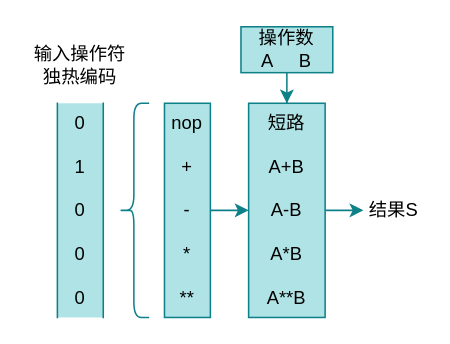
This is page "运算符解码" (4 of 7) of 未命名绘图.drawio from zzc-1024/alu.draw.io, a draw.io file, before an edit. Source tidied: cells renumbered, new cells numbered last; positions are measured from the earlier drawing's top-left corner, leaving out a move shared by most shapes. Both pictures are drawn from the tidied source at 153%, with x=0, y=0 at pixel (26, 26).
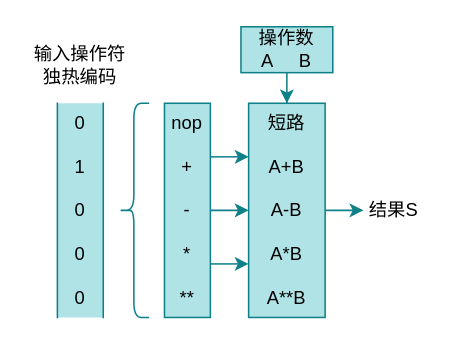
After the change.

Commit message:
更新未命名绘图.drawio

Diff of the diagram source:
```diff
@@
 <mxGraphModel>
   <root>
     <mxCell id="0" />
     <mxCell id="1" parent="0" />
     <mxCell id="2" style="shape=curlyBracket;whiteSpace=wrap;html=1;rounded=1;labelPosition=left;verticalLabelPosition=middle;align=right;verticalAlign=middle;fillColor=#b0e3e6;strokeColor=#0e8088;" parent="1" vertex="1">
       <mxGeometry x="60" y="50" width="20" height="140" as="geometry" />
     </mxCell>
     <mxCell id="3" value="0&lt;div&gt;&lt;br&gt;&lt;div&gt;1&lt;/div&gt;&lt;div&gt;&lt;br&gt;&lt;/div&gt;&lt;div&gt;0&lt;/div&gt;&lt;div&gt;&lt;br&gt;&lt;/div&gt;&lt;div&gt;0&lt;/div&gt;&lt;div&gt;&lt;br&gt;&lt;/div&gt;&lt;div&gt;0&lt;/div&gt;&lt;/div&gt;" style="shape=partialRectangle;whiteSpace=wrap;html=1;bottom=0;top=0;fillColor=#b0e3e6;strokeColor=#0e8088;" parent="1" vertex="1">
       <mxGeometry x="20" y="50" width="30" height="140" as="geometry" />
     </mxCell>
     <mxCell id="4" style="edgeStyle=orthogonalEdgeStyle;rounded=0;jettySize=auto;html=1;fillColor=#b0e3e6;strokeColor=#0e8088;" parent="1" edge="1" source="5" target="7">
       <mxGeometry relative="1" as="geometry" />
     </mxCell>
+    <mxCell id="12" style="edgeStyle=orthogonalEdgeStyle;rounded=0;jettySize=auto;html=1;exitX=1;exitY=0.25;exitDx=0;exitDy=0;entryX=0;entryY=0.25;entryDx=0;entryDy=0;fillColor=#b0e3e6;strokeColor=#0e8088;" parent="1" edge="1" source="5" target="7">
+      <mxGeometry relative="1" as="geometry" />
+    </mxCell>
+    <mxCell id="13" style="edgeStyle=orthogonalEdgeStyle;rounded=0;jettySize=auto;html=1;exitX=1;exitY=0.75;exitDx=0;exitDy=0;entryX=0;entryY=0.75;entryDx=0;entryDy=0;fillColor=#b0e3e6;strokeColor=#0e8088;" parent="1" edge="1" source="5" target="7">
+      <mxGeometry relative="1" as="geometry" />
+    </mxCell>
     <mxCell id="5" value="&lt;div&gt;nop&lt;/div&gt;&lt;div&gt;&lt;br&gt;&lt;/div&gt;+&lt;div&gt;&lt;br&gt;&lt;/div&gt;&lt;div&gt;-&lt;/div&gt;&lt;div&gt;&lt;br&gt;&lt;/div&gt;&lt;div&gt;*&lt;/div&gt;&lt;div&gt;&lt;br&gt;&lt;/div&gt;&lt;div&gt;**&lt;/div&gt;" style="text;html=1;align=center;verticalAlign=middle;whiteSpace=wrap;rounded=0;fillColor=#b0e3e6;strokeColor=#0e8088;" parent="1" vertex="1">
       <mxGeometry x="90" y="50" width="30" height="140" as="geometry" />
     </mxCell>
     <mxCell id="6" style="edgeStyle=orthogonalEdgeStyle;rounded=0;jettySize=auto;html=1;fillColor=#b0e3e6;strokeColor=#0e8088;" parent="1" edge="1" source="7" target="11">
       <mxGeometry relative="1" as="geometry" />
     </mxCell>
     <mxCell id="7" value="&lt;div&gt;短路&lt;/div&gt;&lt;div&gt;&lt;br&gt;&lt;/div&gt;A+B&lt;div&gt;&lt;br&gt;&lt;/div&gt;&lt;div&gt;A-B&lt;/div&gt;&lt;div&gt;&lt;br&gt;&lt;/div&gt;&lt;div&gt;A*B&lt;/div&gt;&lt;div&gt;&lt;br&gt;&lt;/div&gt;&lt;div&gt;A**B&lt;/div&gt;" style="text;html=1;align=center;verticalAlign=middle;whiteSpace=wrap;rounded=0;fillColor=#b0e3e6;strokeColor=#0e8088;" parent="1" vertex="1">
       <mxGeometry x="145" y="50" width="50" height="140" as="geometry" />
     </mxCell>
     <mxCell id="8" style="edgeStyle=orthogonalEdgeStyle;rounded=0;jettySize=auto;html=1;fillColor=#b0e3e6;strokeColor=#0e8088;" parent="1" edge="1" source="9" target="7">
       <mxGeometry relative="1" as="geometry" />
     </mxCell>
     <mxCell id="9" value="操作数&lt;div&gt;A&amp;nbsp; &amp;nbsp; &amp;nbsp;B&lt;/div&gt;" style="text;html=1;align=center;verticalAlign=middle;whiteSpace=wrap;rounded=0;fillColor=#b0e3e6;strokeColor=#0e8088;" parent="1" vertex="1">
       <mxGeometry x="140" width="60" height="30" as="geometry" />
     </mxCell>
     <mxCell id="10" value="输入操作符独热编码" style="text;html=1;align=center;verticalAlign=middle;whiteSpace=wrap;rounded=0;fillColor=none;" parent="1" vertex="1">
       <mxGeometry y="10" width="70" height="30" as="geometry" />
     </mxCell>
     <mxCell id="11" value="结果S" style="text;html=1;align=center;verticalAlign=middle;whiteSpace=wrap;rounded=0;fillColor=none;" parent="1" vertex="1">
       <mxGeometry x="220" y="105" width="40" height="30" as="geometry" />
     </mxCell>
   </root>
 </mxGraphModel>
```
